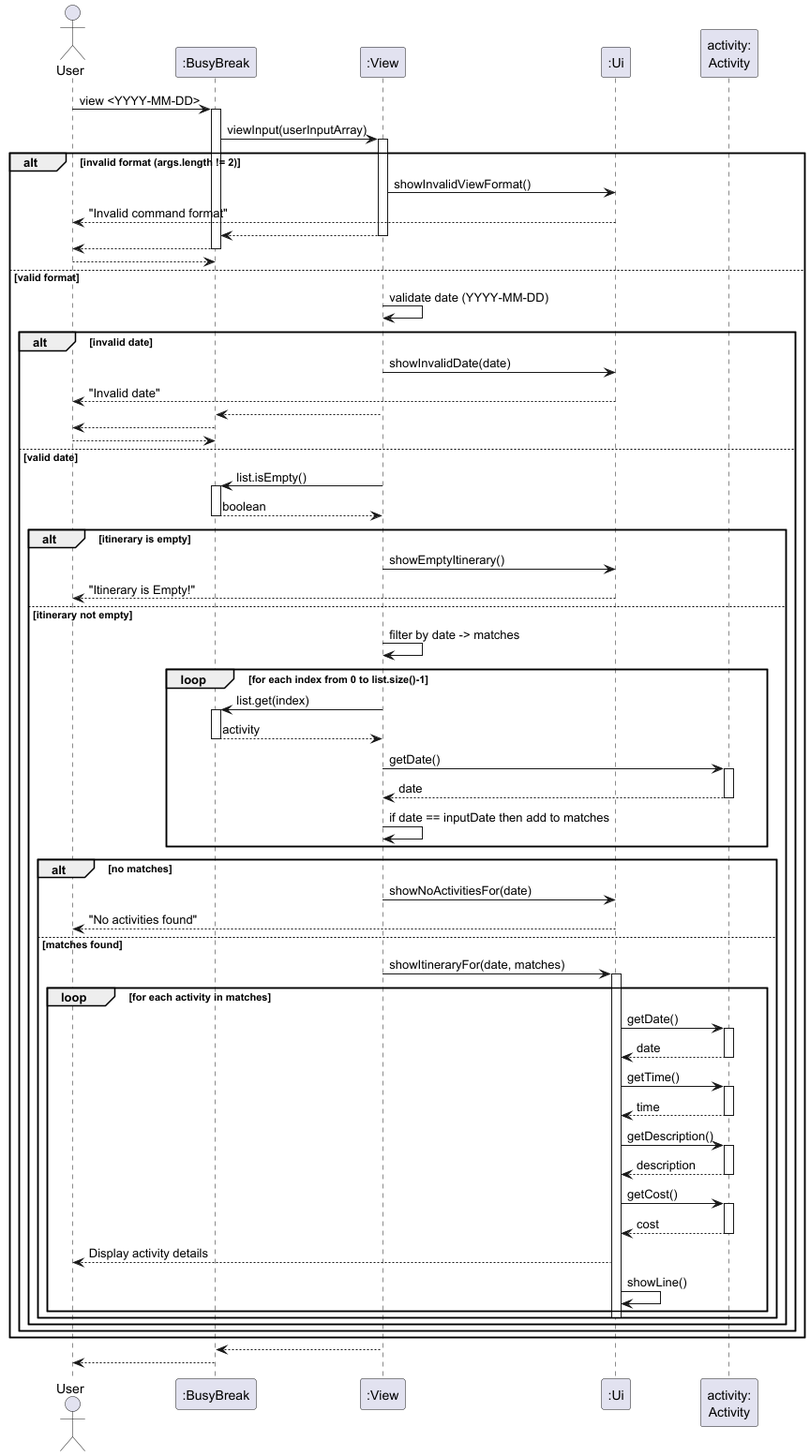
The PlantUML diagram docs/diagrams/ViewCommandSequenceDiagram.png in AY2526S1-CS2113-W13-4/tp, before a commit.
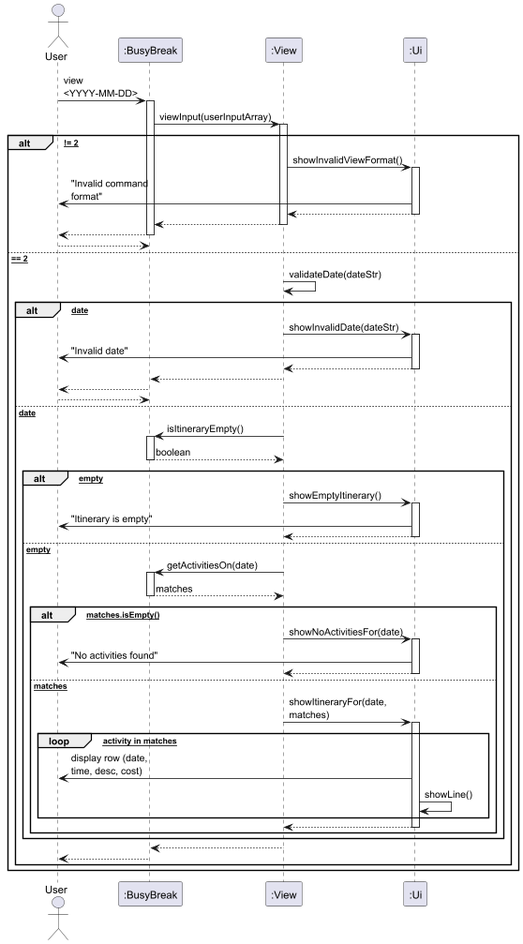
The same diagram one commit later.

Change to the diagram source:
```diff
@@ -1,10 +1,12 @@
 @startuml ViewCommandSequenceDiagram
+skinparam hyperlinkColor Black
+skinparam hyperlinkUnderline false
+skinparam maxMessageSize 120
 
 actor User
 participant ":BusyBreak" as BusyBreak
 participant ":View" as View
 participant ":Ui" as Ui
-participant "activity:\nActivity" as Activity
 
 User -> BusyBreak: view <YYYY-MM-DD>
 activate BusyBreak
@@ -12,92 +14,71 @@
 BusyBreak -> View: viewInput(userInputArray)
 activate View
 
-alt invalid format (args.length != 2)
-    View -> Ui: showInvalidViewFormat()
-    Ui --> User: "Invalid command format"
+alt [args.length != 2]
+  View -> Ui: showInvalidViewFormat()
+  activate Ui
+  Ui -> User: "Invalid command format"
+  Ui --> View
+  deactivate Ui
+  View --> BusyBreak
+  deactivate View
+  BusyBreak --> User
+  deactivate BusyBreak
+  return
+else [args.length == 2]
+  View -> View: validateDate(dateStr)
+
+  alt [invalid date]
+    View -> Ui: showInvalidDate(dateStr)
+    activate Ui
+    Ui -> User: "Invalid date"
+    Ui --> View
+    deactivate Ui
     View --> BusyBreak
     deactivate View
     BusyBreak --> User
     deactivate BusyBreak
     return
-else valid format
-    View -> View: validate date (YYYY-MM-DD)
-    alt invalid date
-        View -> Ui: showInvalidDate(date)
-        Ui --> User: "Invalid date"
-        View --> BusyBreak
-        deactivate View
-        BusyBreak --> User
-        deactivate BusyBreak
-        return
-    else valid date
-        View -> BusyBreak: list.isEmpty()
-        activate BusyBreak
-        BusyBreak --> View: boolean
-        deactivate BusyBreak
+  else [valid date]
+    View -> BusyBreak: isItineraryEmpty()
+    activate BusyBreak
+    BusyBreak --> View: boolean
+    deactivate BusyBreak
 
-        alt itinerary is empty
-            View -> Ui: showEmptyItinerary()
-            Ui --> User: "Itinerary is Empty!"
-        else itinerary not empty
-            View -> View: filter by date -> matches
+    alt [empty]
+      View -> Ui: showEmptyItinerary()
+      activate Ui
+      Ui -> User: "Itinerary is empty"
+      Ui --> View
+      deactivate Ui
+    else [not empty]
+      View -> BusyBreak: getActivitiesOn(date)
+      activate BusyBreak
+      BusyBreak --> View: matches
+      deactivate BusyBreak
 
-            loop for each index from 0 to list.size()-1
-                View -> BusyBreak: list.get(index)
-                activate BusyBreak
-                BusyBreak --> View: activity
-                deactivate BusyBreak
+      alt [matches.isEmpty()]
+        View -> Ui: showNoActivitiesFor(date)
+        activate Ui
+        Ui -> User: "No activities found"
+        Ui --> View
+        deactivate Ui
+      else [has matches]
+        View -> Ui: showItineraryFor(date, matches)
+        activate Ui
+        loop [each activity in matches]
+          Ui -> User: display row (date, time, desc, cost)
+          Ui -> Ui: showLine()
+        end
+        Ui --> View
+        deactivate Ui
+      end
+    end
 
-                View -> Activity: getDate()
-                activate Activity
-                Activity --> View: date
-                deactivate Activity
-
-                View -> View: if date == inputDate then add to matches
-            end
-
-            alt no matches
-                View -> Ui: showNoActivitiesFor(date)
-                Ui --> User: "No activities found"
-            else matches found
-                View -> Ui: showItineraryFor(date, matches)
-                activate Ui
-
-                loop for each activity in matches
-                    Ui -> Activity: getDate()
-                    activate Activity
-                    Activity --> Ui: date
-                    deactivate Activity
-
-                    Ui -> Activity: getTime()
-                    activate Activity
-                    Activity --> Ui: time
-                    deactivate Activity
-
-                    Ui -> Activity: getDescription()
-                    activate Activity
-                    Activity --> Ui: description
-                    deactivate Activity
-
-                    Ui -> Activity: getCost()
-                    activate Activity
-                    Activity --> Ui: cost
-                    deactivate Activity
-
-                    Ui --> User: Display activity details
-                    Ui -> Ui: showLine()
-                end
-
-                deactivate Ui
-            end
-        end
-    end
+    View --> BusyBreak
+    deactivate View
+    BusyBreak --> User
+    deactivate BusyBreak
+  end
 end
-
-View --> BusyBreak
-deactivate View
-
-BusyBreak --> User
-deactivate BusyBreak
-
 @enduml
```
